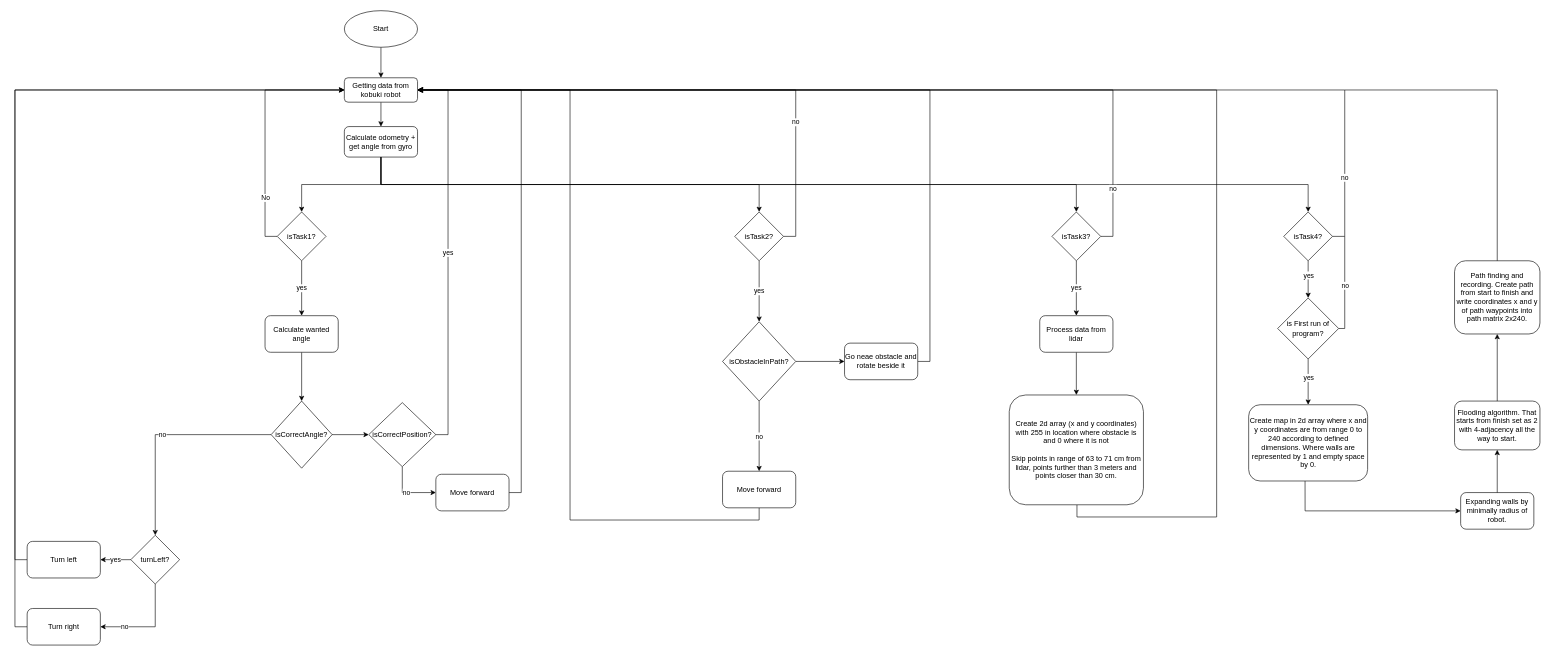
Earlier version of the draw.io diagram Untitled Diagram.drawio (HasprunLukas/RMR_Hasprun_Kochan). Source tidied: cells renumbered, new cells numbered last; positions are measured from the earlier drawing's top-left corner, leaving out a move shared by most shapes. Both pictures are drawn from the tidied source at 61%, with x=0, y=0 at pixel (27, 10).
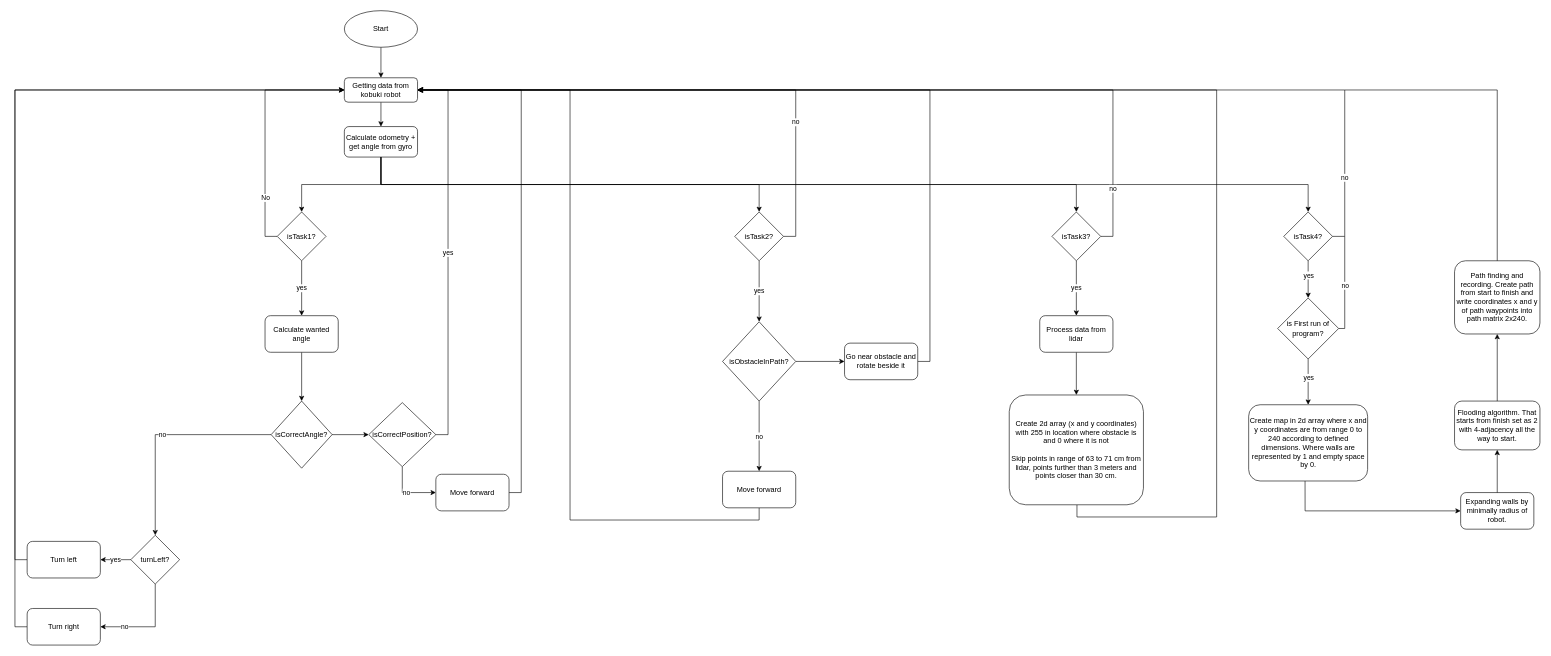
After the change.

Commit message:
Fixed mistake in task 2

What changed in the source:
```diff
@@
-    <mxCell id="41" value="Go neae obstacle and rotate beside it" style="rounded=1;whiteSpace=wrap;html=1;" parent="1" vertex="1">
+    <mxCell id="41" value="Go near obstacle and rotate beside it" style="rounded=1;whiteSpace=wrap;html=1;" parent="1" vertex="1">
       <mxGeometry x="1340" y="545" width="120" height="60" as="geometry" />
     </mxCell>
```
